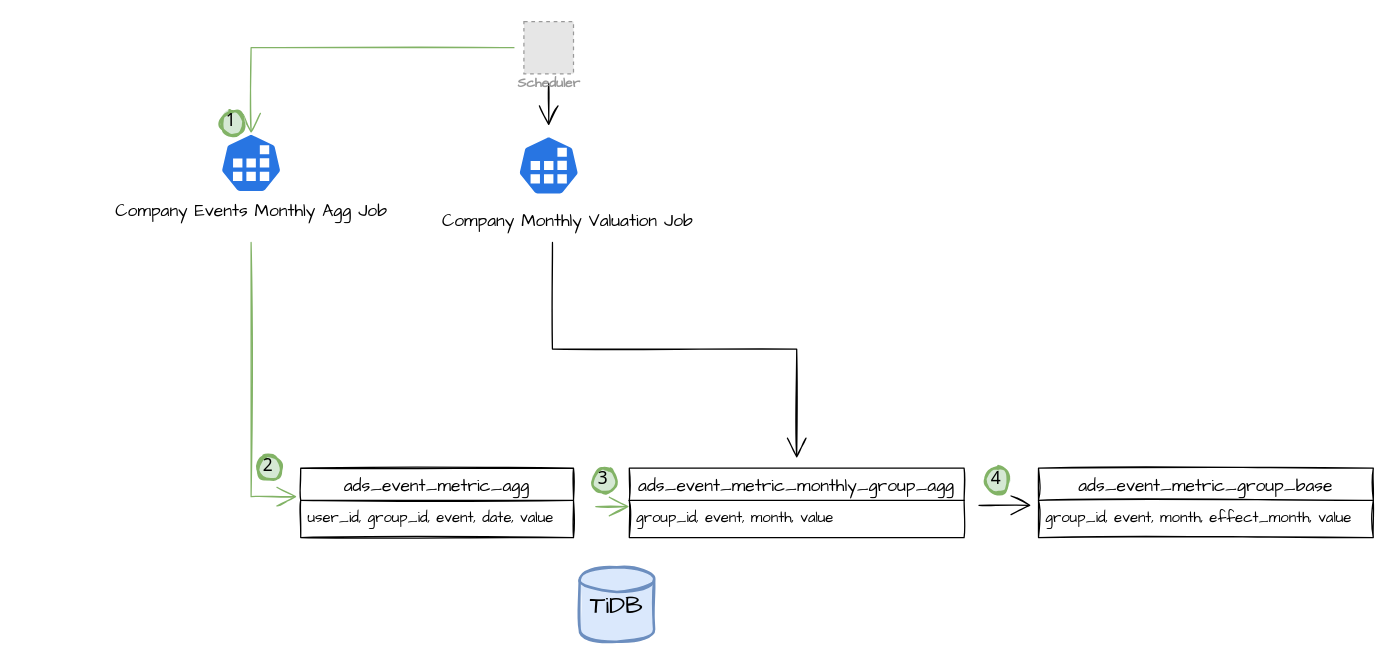
This is Company User Behavior valuation.drawio from yindongjun/gangzhang.github.io, a draw.io file, before an edit. Source tidied: cells renumbered, new cells numbered last; positions are measured from the earlier drawing's top-left corner, leaving out a move shared by most shapes. Both pictures are drawn from the tidied source at 124%, with x=0, y=0 at pixel (102, 21). Pictures stored in the file or linked from it are replaced by grey dashed boxes.
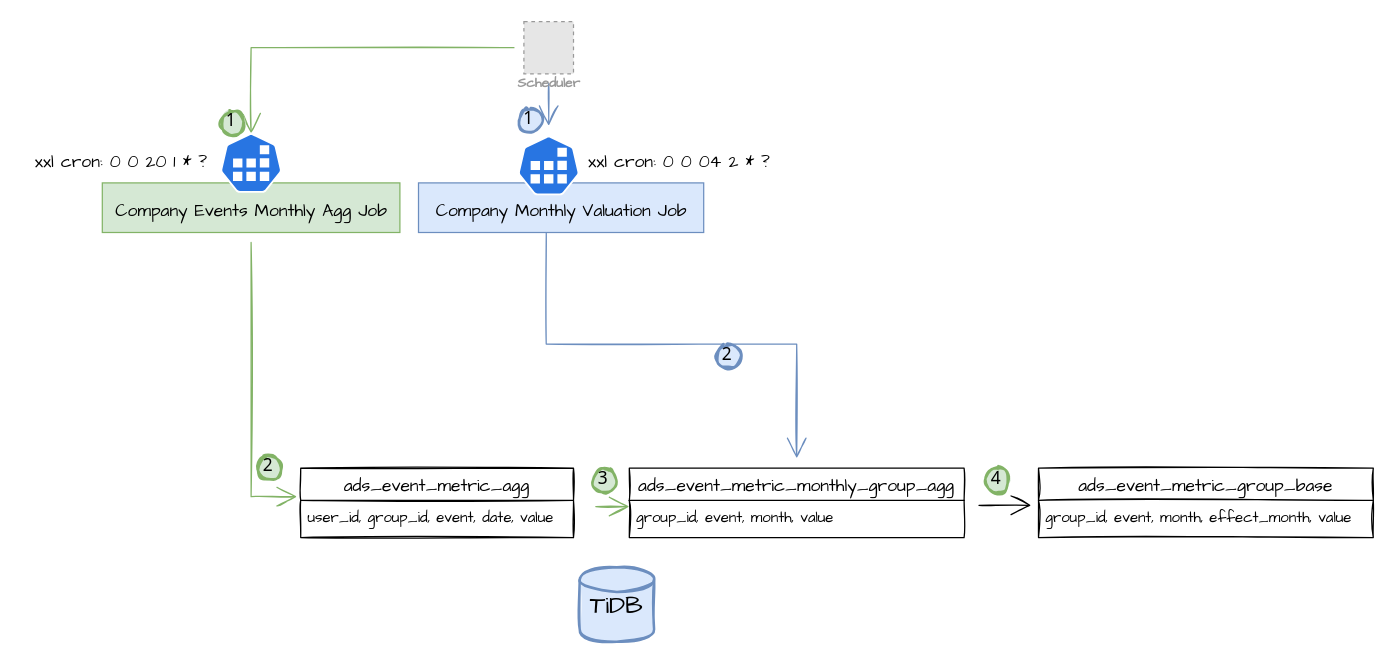
Above is the later version.

Unchanged cells that the change refers to:
```xml
<mxCell id="4" value="Scheduler" style="fillColor=#E6E6E6;strokeColor=#999999;dashed=1;html=1;verticalAlign=top;labelPosition=center;verticalLabelPosition=bottom;align=center;spacingTop=-6;fontSize=11;fontStyle=1;fontColor=#999999;fontFamily=Architects Daughter;" parent="1" vertex="1">
  <mxGeometry x="340" width="40" height="42" as="geometry" />
</mxCell>
<mxCell id="10" value="ads_event_metric_monthly_group_agg" style="swimlane;fontStyle=0;horizontal=1;startSize=26;align=center;fontSize=14;sketch=1;hachureGap=4;fillStyle=solid;fontFamily=Architects Daughter;" parent="1" vertex="1">
  <mxGeometry x="425" y="360" width="270" height="56" as="geometry" />
</mxCell>
<mxCell id="17" style="sketch=0;html=1;dashed=0;whitespace=wrap;fillColor=#2875E2;strokeColor=#ffffff;points=[[0.005,0.63,0],[0.1,0.2,0],[0.9,0.2,0],[0.5,0,0],[0.995,0.63,0],[0.72,0.99,0],[0.5,1,0],[0.28,0.99,0]];shape=mxgraph.kubernetes.icon;prIcon=job;hachureGap=4;fillStyle=solid;fontFamily=Architects Daughter;fontSize=20;" parent="1" vertex="1">
  <mxGeometry x="335" y="92" width="50" height="48" as="geometry" />
</mxCell>
```

What changed in the source:
```diff
@@
+    <mxCell id="19" value="&lt;font style=&quot;font-size: 14px;&quot;&gt;Company Monthly Valuation Job&lt;/font&gt;" style="text;html=1;align=center;verticalAlign=middle;points=[];strokeColor=#6c8ebf;fillColor=#dae8fc;fontSize=20;fontFamily=Architects Daughter;" parent="1" vertex="1">
+      <mxGeometry x="255" y="130" width="230" height="40" as="geometry" />
+    </mxCell>
@@
-    <mxCell id="3" style="edgeStyle=orthogonalEdgeStyle;rounded=0;sketch=1;hachureGap=4;jettySize=auto;html=1;fontFamily=Architects Daughter;fontSize=14;endArrow=open;startSize=14;endSize=14;sourcePerimeterSpacing=8;targetPerimeterSpacing=8;" parent="1" edge="1" source="4" target="17">
+    <mxCell id="3" style="edgeStyle=orthogonalEdgeStyle;rounded=0;sketch=1;hachureGap=4;jettySize=auto;html=1;fontFamily=Architects Daughter;fontSize=14;endArrow=open;startSize=14;endSize=14;sourcePerimeterSpacing=8;targetPerimeterSpacing=8;fillColor=#dae8fc;strokeColor=#6c8ebf;" parent="1" edge="1" source="4" target="17">
       <mxGeometry relative="1" as="geometry" />
     </mxCell>
@@
-    <mxCell id="7" value="&lt;font style=&quot;font-size: 14px;&quot;&gt;Company Events Monthly Agg Job&lt;/font&gt;" style="text;html=1;align=center;verticalAlign=middle;points=[];strokeColor=none;fillColor=none;fontSize=20;fontFamily=Architects Daughter;" parent="1" vertex="1">
+    <mxCell id="7" value="&lt;font style=&quot;font-size: 14px;&quot;&gt;Company Events Monthly Agg Job&lt;/font&gt;" style="text;html=1;align=center;verticalAlign=middle;points=[];strokeColor=#82b366;fillColor=#d5e8d4;fontSize=20;fontFamily=Architects Daughter;" parent="1" vertex="1">
       <mxGeometry y="130" width="240" height="40" as="geometry" />
     </mxCell>
@@
-    <mxCell id="18" style="edgeStyle=orthogonalEdgeStyle;rounded=0;sketch=1;hachureGap=4;jettySize=auto;html=1;fontFamily=Architects Daughter;fontSize=14;endArrow=open;startSize=14;endSize=14;sourcePerimeterSpacing=8;targetPerimeterSpacing=8;exitX=0.448;exitY=1;exitDx=0;exitDy=0;exitPerimeter=0;" parent="1" edge="1" source="19" target="10">
+    <mxCell id="18" style="edgeStyle=orthogonalEdgeStyle;rounded=0;sketch=1;hachureGap=4;jettySize=auto;html=1;fontFamily=Architects Daughter;fontSize=14;endArrow=open;startSize=14;endSize=14;sourcePerimeterSpacing=8;targetPerimeterSpacing=8;exitX=0.448;exitY=1;exitDx=0;exitDy=0;exitPerimeter=0;fillColor=#dae8fc;strokeColor=#6c8ebf;" parent="1" edge="1" source="19" target="10">
       <mxGeometry relative="1" as="geometry" />
     </mxCell>
-    <mxCell id="19" value="&lt;font style=&quot;font-size: 14px;&quot;&gt;Company Monthly Valuation Job&lt;/font&gt;" style="text;html=1;align=center;verticalAlign=middle;points=[];strokeColor=none;fillColor=none;fontSize=20;fontFamily=Architects Daughter;" parent="1" vertex="1">
-      <mxGeometry x="260" y="138" width="230" height="40" as="geometry" />
-    </mxCell>
@@
+    <mxCell id="24" value="xxl cron:&amp;nbsp;0 0 20 1 * ?" style="text;html=1;align=center;verticalAlign=middle;strokeColor=none;fillColor=none;fontSize=14;fontFamily=Architects Daughter;" parent="1" vertex="1">
+      <mxGeometry x="-65" y="99" width="160" height="30" as="geometry" />
+    </mxCell>
+    <mxCell id="25" value="xxl cron:&amp;nbsp;0 0 04 2 * ?" style="text;html=1;align=center;verticalAlign=middle;strokeColor=none;fillColor=none;fontSize=14;fontFamily=Architects Daughter;" parent="1" vertex="1">
+      <mxGeometry x="380" y="99" width="170" height="30" as="geometry" />
+    </mxCell>
+    <mxCell id="26" value="1" style="ellipse;whiteSpace=wrap;html=1;strokeWidth=2;fontFamily=Tahoma;spacingBottom=4;spacingRight=2;strokeColor=#6c8ebf;sketch=1;hachureGap=4;fillStyle=solid;fontSize=14;fillColor=#dae8fc;" parent="1" vertex="1">
+      <mxGeometry x="335" y="70" width="20" height="20" as="geometry" />
+    </mxCell>
+    <mxCell id="27" value="2" style="ellipse;whiteSpace=wrap;html=1;strokeWidth=2;fontFamily=Tahoma;spacingBottom=4;spacingRight=2;strokeColor=#6c8ebf;sketch=1;hachureGap=4;fillStyle=solid;fontSize=14;fillColor=#dae8fc;" parent="1" vertex="1">
+      <mxGeometry x="495" y="260" width="20" height="20" as="geometry" />
+    </mxCell>
```
